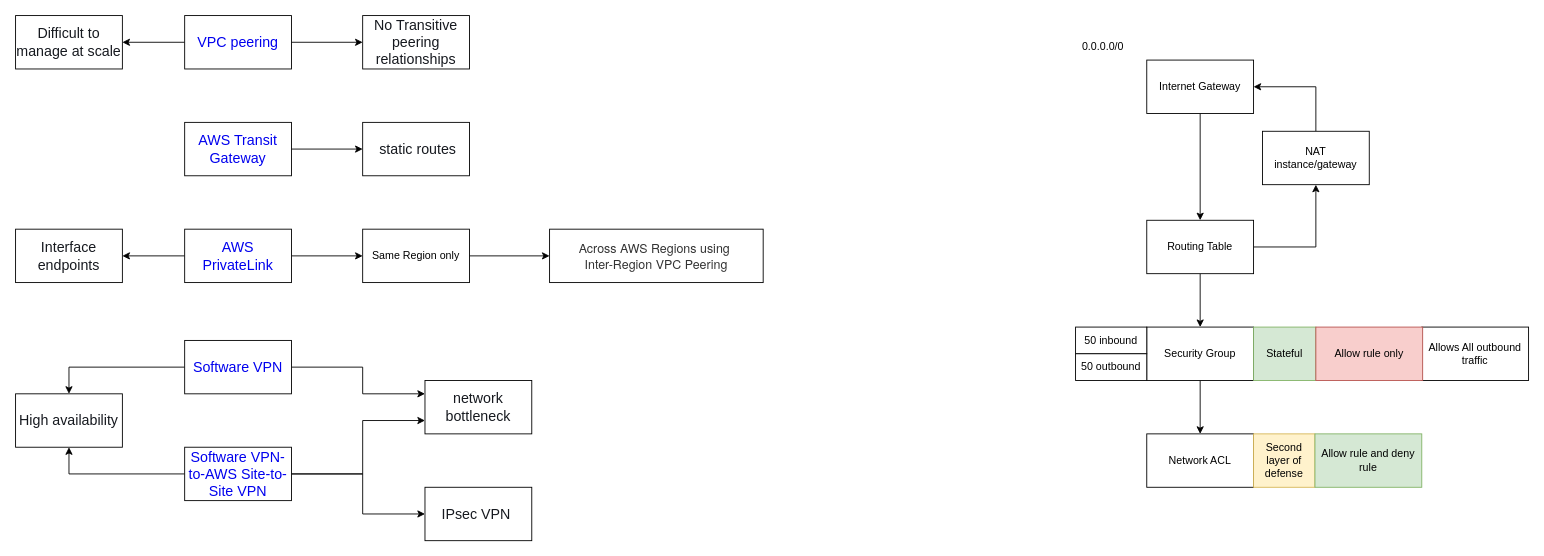
Above: page "vpc" (2 of 3) of drawio/aws/s3.drawio in cmkam/architecture (draw.io), before the change. Source tidied: cells renumbered, new cells numbered last; positions are measured from the earlier drawing's top-left corner, leaving out a move shared by most shapes. Both pictures are drawn from the tidied source at 89%, with x=0, y=0 at pixel (15, 15).
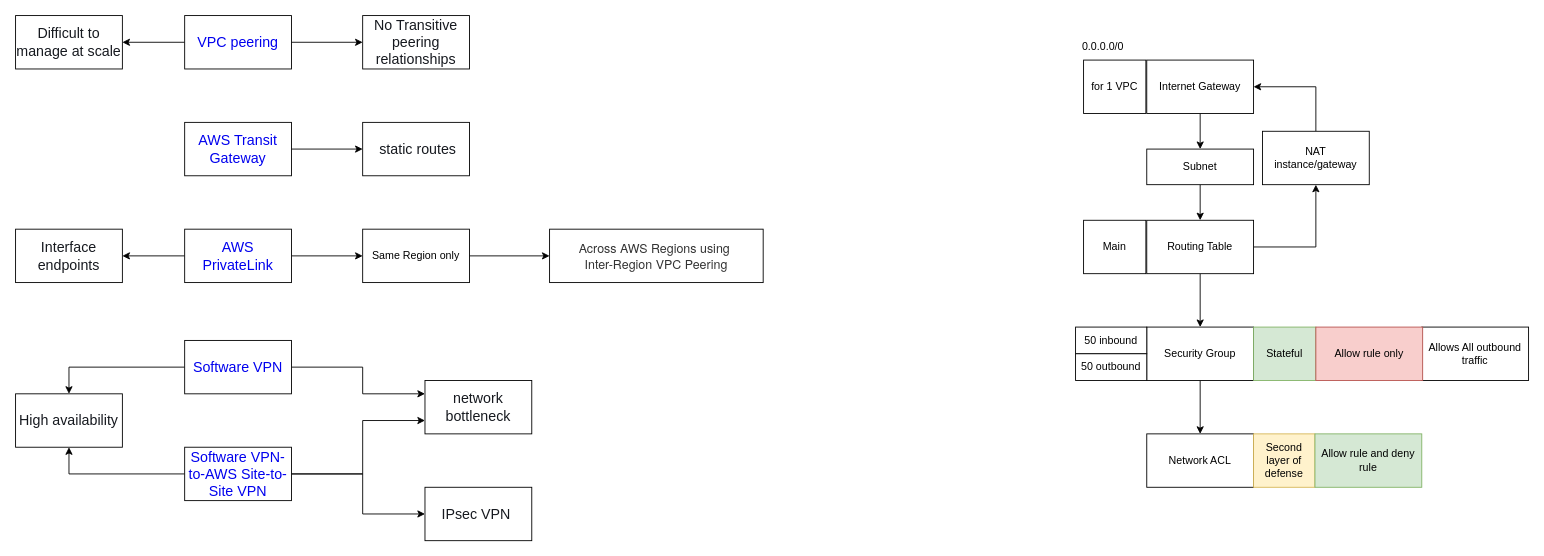
Above is the later version.

The change refers to these unchanged cells:
```xml
<mxCell id="29" value="Routing Table" style="rounded=0;whiteSpace=wrap;html=1;" parent="1" vertex="1">
  <mxGeometry x="1271" y="230" width="120" height="60" as="geometry" />
</mxCell>
<mxCell id="38" value="Internet Gateway" style="rounded=0;whiteSpace=wrap;html=1;" parent="1" vertex="1">
  <mxGeometry x="1271" y="50" width="120" height="60" as="geometry" />
</mxCell>
```

Change to the diagram source:
```diff
@@
-    <mxCell id="37" style="edgeStyle=orthogonalEdgeStyle;rounded=0;jettySize=auto;html=1;entryX=0.5;entryY=0;entryDx=0;entryDy=0;" parent="1" edge="1" source="38" target="29">
+    <mxCell id="37" style="edgeStyle=orthogonalEdgeStyle;rounded=0;jettySize=auto;html=1;entryX=0.5;entryY=0;entryDx=0;entryDy=0;" parent="1" edge="1" source="38" target="48">
       <mxGeometry relative="1" as="geometry" />
     </mxCell>
@@
+    <mxCell id="45" value="for 1 VPC" style="rounded=0;whiteSpace=wrap;html=1;" parent="1" vertex="1">
+      <mxGeometry x="1200" y="50" width="70" height="60" as="geometry" />
+    </mxCell>
+    <mxCell id="46" value="Main" style="rounded=0;whiteSpace=wrap;html=1;" parent="1" vertex="1">
+      <mxGeometry x="1200" y="230" width="70" height="60" as="geometry" />
+    </mxCell>
+    <mxCell id="47" style="edgeStyle=orthogonalEdgeStyle;rounded=0;jettySize=auto;html=1;entryX=0.5;entryY=0;entryDx=0;entryDy=0;" parent="1" edge="1" source="48" target="29">
+      <mxGeometry relative="1" as="geometry" />
+    </mxCell>
+    <mxCell id="48" value="Subnet" style="rounded=0;whiteSpace=wrap;html=1;" parent="1" vertex="1">
+      <mxGeometry x="1271" y="150" width="120" height="40" as="geometry" />
+    </mxCell>
```
